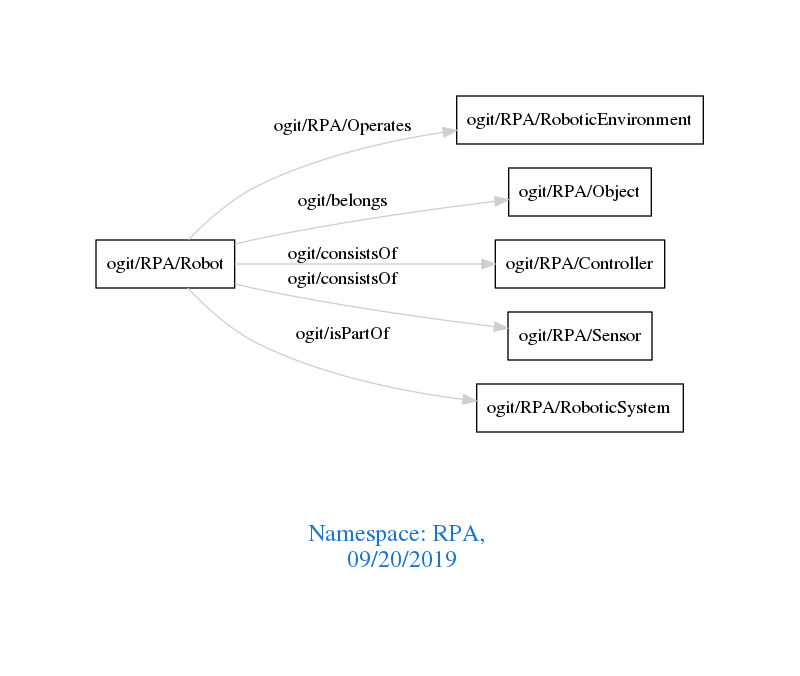
Earlier version of the Graphviz export downloads/RPA.png (arago/OGIT). Its source is kept beside it as downloads/RPA.dot. Source of this version:
```dot
digraph OGIT_ontology {
 graph [ rankdir= LR,pad=1
fontsize = 18,
fontcolor= dodgerblue3,label = "\n\n\nNamespace: RPA, \n 09/20/2019"];
node[shape=polygon];
edge [  color="gray81"];

   "ogit/RPA/Robot" -> "ogit/RPA/RoboticEnvironment" [label="   ogit/RPA/Operates    "];
   "ogit/RPA/Robot" -> "ogit/RPA/Object" [label="   ogit/belongs    "];
   "ogit/RPA/Robot" -> "ogit/RPA/Controller" [label="   ogit/consistsOf    "];
   "ogit/RPA/Robot" -> "ogit/RPA/Sensor" [label="   ogit/consistsOf    "];
   "ogit/RPA/Robot" -> "ogit/RPA/RoboticSystem" [label="   ogit/isPartOf    "];
}
```
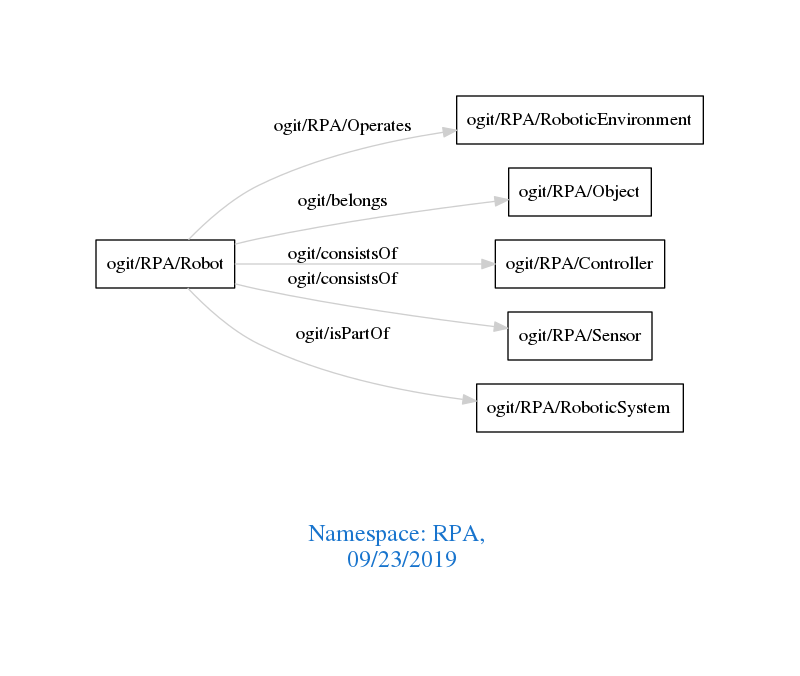
The same file after the commit.

What changed in the source:
```diff
@@ -1,7 +1,7 @@
 digraph OGIT_ontology {
  graph [ rankdir= LR,pad=1
 fontsize = 18,
-fontcolor= dodgerblue3,label = "\n\n\nNamespace: RPA, \n 09/20/2019"];
+fontcolor= dodgerblue3,label = "\n\n\nNamespace: RPA, \n 09/23/2019"];
 node[shape=polygon];
 edge [  color="gray81"];
 
```
